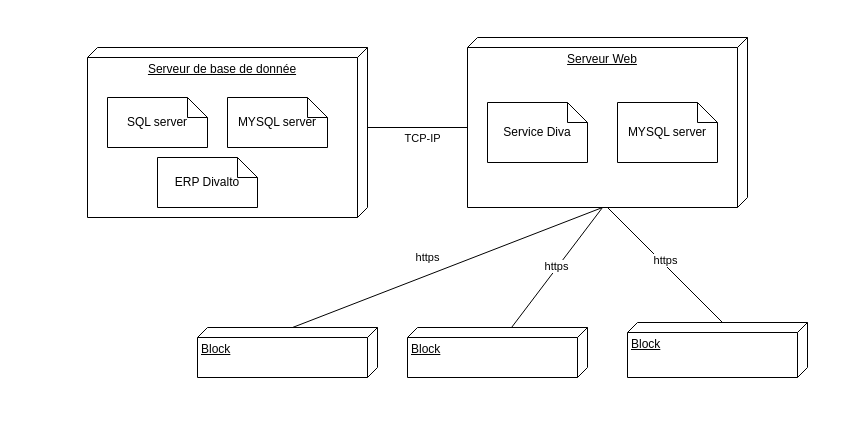
Above: ddep.drawio in labidimahdi/diagrams (draw.io), before the change. Source tidied: cells renumbered, new cells numbered last; positions are measured from the earlier drawing's top-left corner, leaving out a move shared by most shapes. Both pictures are drawn from the tidied source at 100%, with x=0, y=0 at pixel (87, 37).
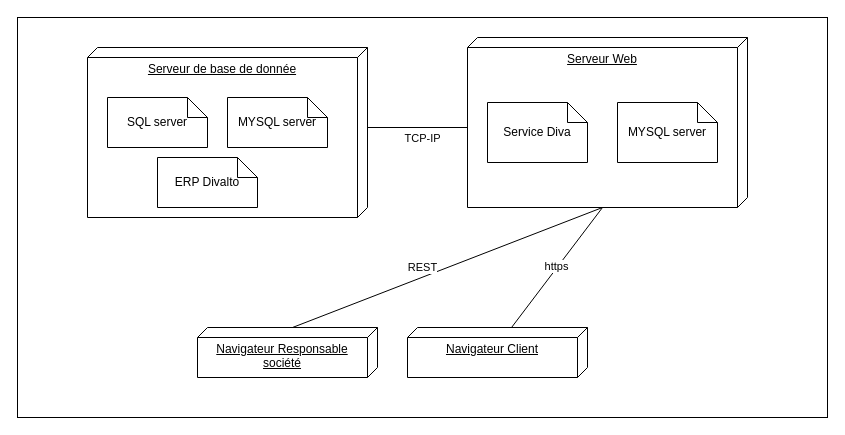
After the change.

Commit message (it also covers changes not shown here):
Mettre à jour ddep.drawio

The change refers to these unchanged cells:
```xml
<mxCell id="8" style="rounded=0;jettySize=auto;html=1;exitX=0;exitY=0;exitDx=170;exitDy=145;exitPerimeter=0;entryX=0;entryY=0;entryDx=0;entryDy=85;entryPerimeter=0;endArrow=none;endFill=0;" parent="1" edge="1" source="12" target="19">
  <mxGeometry relative="1" as="geometry" />
</mxCell>
```

What changed in the source:
```diff
@@
+    <mxCell id="20" style="rounded=0;whiteSpace=wrap;html=1;" parent="1" vertex="1">
+      <mxGeometry x="-70" y="-20" width="810" height="400" as="geometry" />
+    </mxCell>
@@
-    <mxCell id="9" value="https" style="edgeLabel;html=1;align=center;verticalAlign=middle;" parent="8" vertex="1">
-      <mxGeometry x="0.03" y="-2" relative="1" as="geometry">
-        <mxPoint x="-15" y="-10" as="offset" />
-      </mxGeometry>
-    </mxCell>
+    <mxCell id="21" value="REST" style="edgeLabel;html=1;align=center;verticalAlign=middle;" parent="8" vertex="1">
+      <mxGeometry x="0.01" y="1" relative="1" as="geometry">
+        <mxPoint x="-24" y="-2" as="offset" />
+      </mxGeometry>
+    </mxCell>
@@
-    <mxCell id="15" style="rounded=0;jettySize=auto;html=1;exitX=0;exitY=0;exitDx=0;exitDy=85;exitPerimeter=0;endArrow=none;endFill=0;" parent="1" edge="1" source="17">
-      <mxGeometry relative="1" as="geometry">
-        <mxPoint x="520" y="170" as="targetPoint" />
-      </mxGeometry>
-    </mxCell>
-    <mxCell id="16" value="https" style="edgeLabel;html=1;align=center;verticalAlign=middle;" parent="15" vertex="1">
-      <mxGeometry x="0.04" y="-3" relative="1" as="geometry" />
-    </mxCell>
-    <mxCell id="17" value="Block" style="verticalAlign=top;align=left;spacingTop=8;spacingLeft=2;spacingRight=12;shape=cube;size=10;direction=south;fontStyle=4;html=1;whiteSpace=wrap;" parent="1" vertex="1">
-      <mxGeometry x="540" y="285" width="180" height="55" as="geometry" />
-    </mxCell>
-    <mxCell id="18" value="Block" style="verticalAlign=top;align=left;spacingTop=8;spacingLeft=2;spacingRight=12;shape=cube;size=10;direction=south;fontStyle=4;html=1;whiteSpace=wrap;" parent="1" vertex="1">
+    <mxCell id="18" value="Navigateur Client" style="verticalAlign=top;align=center;spacingTop=8;spacingLeft=2;spacingRight=12;shape=cube;size=10;direction=south;fontStyle=4;html=1;whiteSpace=wrap;" parent="1" vertex="1">
       <mxGeometry x="320" y="290" width="180" height="50" as="geometry" />
     </mxCell>
-    <mxCell id="19" value="Block" style="verticalAlign=top;align=left;spacingTop=8;spacingLeft=2;spacingRight=12;shape=cube;size=10;direction=south;fontStyle=4;html=1;whiteSpace=wrap;" parent="1" vertex="1">
+    <mxCell id="19" value="Navigateur Responsable société" style="verticalAlign=top;align=center;spacingTop=8;spacingLeft=2;spacingRight=12;shape=cube;size=10;direction=south;fontStyle=4;html=1;whiteSpace=wrap;" parent="1" vertex="1">
       <mxGeometry x="110" y="290" width="180" height="50" as="geometry" />
     </mxCell>
```
